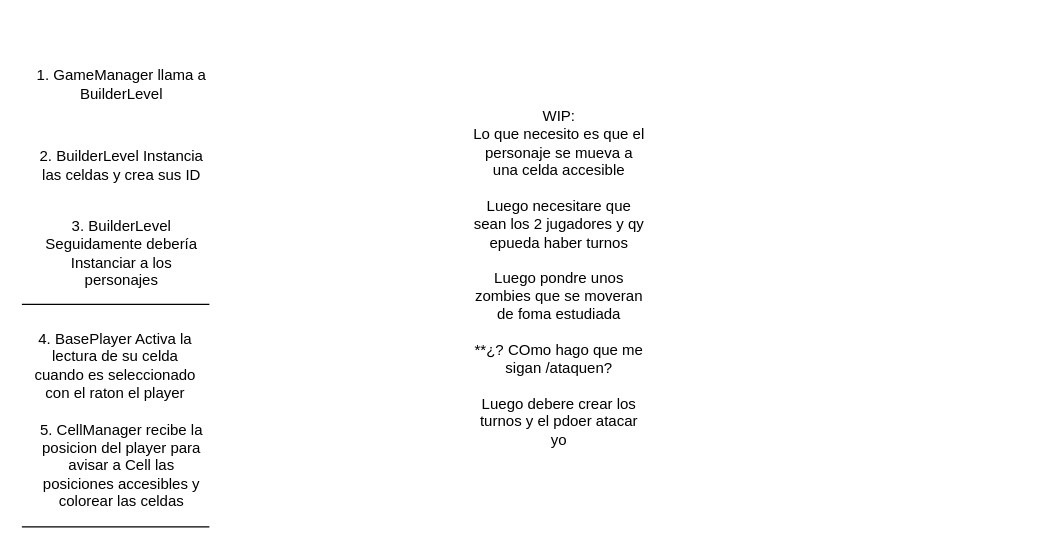
This is Assets/Scripts/Design.drawio from RuuRoger/TOGETHER, a draw.io file, before an edit. Source tidied: cells renumbered, new cells numbered last; positions are measured from the earlier drawing's top-left corner, leaving out a move shared by most shapes. Both pictures are drawn from the tidied source at 125%, with x=0, y=0 at pixel (21, 21).
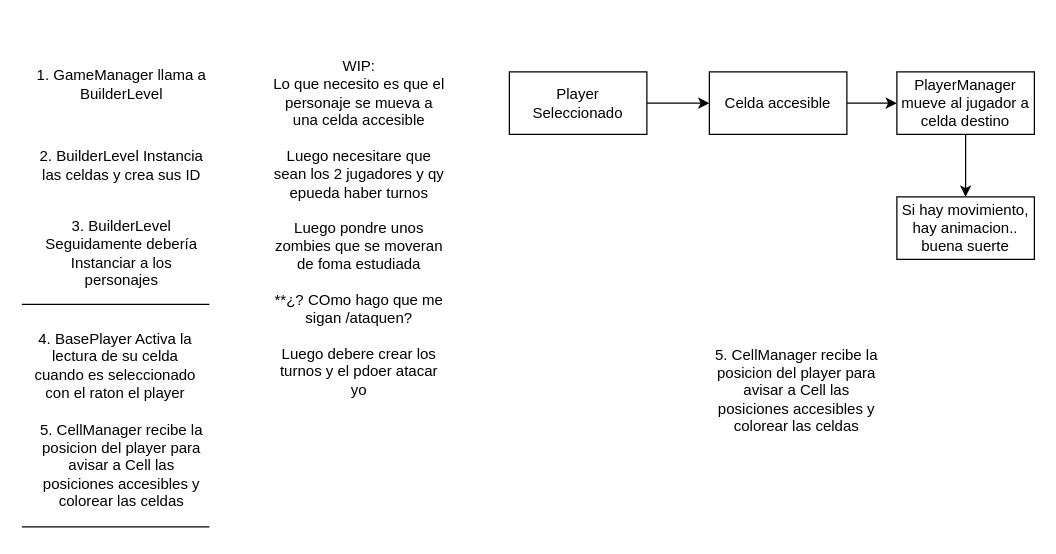
The same page after the edit.

The edit, as a diff of the source:
```diff
@@
 <mxGraphModel>
   <root>
     <mxCell id="0" />
     <mxCell id="1" parent="0" />
     <mxCell id="2" value="1. GameManager llama a BuilderLevel" style="text;html=1;align=center;verticalAlign=middle;whiteSpace=wrap;rounded=0;" parent="1" vertex="1">
       <mxGeometry x="10" width="140" height="100" as="geometry" />
     </mxCell>
     <mxCell id="3" value="2. BuilderLevel Instancia las celdas y crea sus ID" style="text;html=1;align=center;verticalAlign=middle;whiteSpace=wrap;rounded=0;" parent="1" vertex="1">
       <mxGeometry x="10" y="70" width="140" height="90" as="geometry" />
     </mxCell>
     <mxCell id="4" value="3. BuilderLevel Seguidamente debería Instanciar a los personajes" style="text;html=1;align=center;verticalAlign=middle;whiteSpace=wrap;rounded=0;" parent="1" vertex="1">
       <mxGeometry x="10" y="140" width="140" height="90" as="geometry" />
     </mxCell>
     <mxCell id="5" value="4. BasePlayer Activa la lectura de su celda cuando es seleccionado con el raton el player" style="text;html=1;align=center;verticalAlign=middle;whiteSpace=wrap;rounded=0;" parent="1" vertex="1">
       <mxGeometry x="5" y="230" width="140" height="90" as="geometry" />
     </mxCell>
     <mxCell id="6" style="line;strokeWidth=1;fillColor=none;align=left;verticalAlign=middle;spacingTop=-1;spacingLeft=3;spacingRight=3;labelPosition=right;strokeColor=inherit;" parent="1" vertex="1">
       <mxGeometry y="222" width="150" height="8" as="geometry" />
     </mxCell>
     <mxCell id="7" value="5. CellManager recibe la posicion del player para avisar a Cell las posiciones accesibles y colorear las celdas" style="text;html=1;align=center;verticalAlign=middle;whiteSpace=wrap;rounded=0;" parent="1" vertex="1">
       <mxGeometry x="10" y="310" width="140" height="90" as="geometry" />
     </mxCell>
     <mxCell id="8" style="line;strokeWidth=1;fillColor=none;align=left;verticalAlign=middle;spacingTop=-1;spacingLeft=3;spacingRight=3;labelPosition=right;strokeColor=inherit;" parent="1" vertex="1">
       <mxGeometry y="400" width="150" height="8" as="geometry" />
     </mxCell>
     <mxCell id="9" value="WIP:&lt;br&gt;Lo que necesito es que el personaje se mueva a una celda accesible&lt;br&gt;&lt;br&gt;Luego necesitare que sean los 2 jugadores y qy epueda haber turnos&lt;br&gt;&lt;br&gt;Luego pondre unos zombies que se moveran de foma estudiada&lt;br&gt;&lt;br&gt;**¿? COmo hago que me sigan /ataquen?&lt;br&gt;&lt;br&gt;Luego debere crear los turnos y el pdoer atacar yo" style="text;html=1;align=center;verticalAlign=middle;whiteSpace=wrap;rounded=0;" parent="1" vertex="1">
-      <mxGeometry x="360" y="160" width="140" height="90" as="geometry" />
+      <mxGeometry x="200" y="120" width="140" height="90" as="geometry" />
     </mxCell>
+    <mxCell id="10" style="edgeStyle=none;html=1;entryX=0;entryY=0.5;entryDx=0;entryDy=0;" parent="1" edge="1" source="11" target="13">
+      <mxGeometry relative="1" as="geometry" />
+    </mxCell>
+    <mxCell id="11" value="Player Seleccionado" style="html=1;whiteSpace=wrap;" parent="1" vertex="1">
+      <mxGeometry x="390" y="40" width="110" height="50" as="geometry" />
+    </mxCell>
+    <mxCell id="12" style="edgeStyle=none;html=1;entryX=0;entryY=0.5;entryDx=0;entryDy=0;" parent="1" edge="1" source="13" target="15">
+      <mxGeometry relative="1" as="geometry" />
+    </mxCell>
+    <mxCell id="13" value="Celda accesible" style="html=1;whiteSpace=wrap;" parent="1" vertex="1">
+      <mxGeometry x="550" y="40" width="110" height="50" as="geometry" />
+    </mxCell>
+    <mxCell id="14" style="edgeStyle=none;html=1;entryX=0.5;entryY=0;entryDx=0;entryDy=0;" parent="1" edge="1" source="15" target="16">
+      <mxGeometry relative="1" as="geometry" />
+    </mxCell>
+    <mxCell id="15" value="PlayerManager mueve al jugador a celda destino" style="html=1;whiteSpace=wrap;" parent="1" vertex="1">
+      <mxGeometry x="700" y="40" width="110" height="50" as="geometry" />
+    </mxCell>
+    <mxCell id="16" value="Si hay movimiento, hay animacion.. buena suerte" style="html=1;whiteSpace=wrap;" parent="1" vertex="1">
+      <mxGeometry x="700" y="140" width="110" height="50" as="geometry" />
+    </mxCell>
+    <mxCell id="17" value="5. CellManager recibe la posicion del player para avisar a Cell las posiciones accesibles y colorear las celdas" style="text;html=1;align=center;verticalAlign=middle;whiteSpace=wrap;rounded=0;" parent="1" vertex="1">
+      <mxGeometry x="550" y="250" width="140" height="90" as="geometry" />
+    </mxCell>
   </root>
 </mxGraphModel>
```
